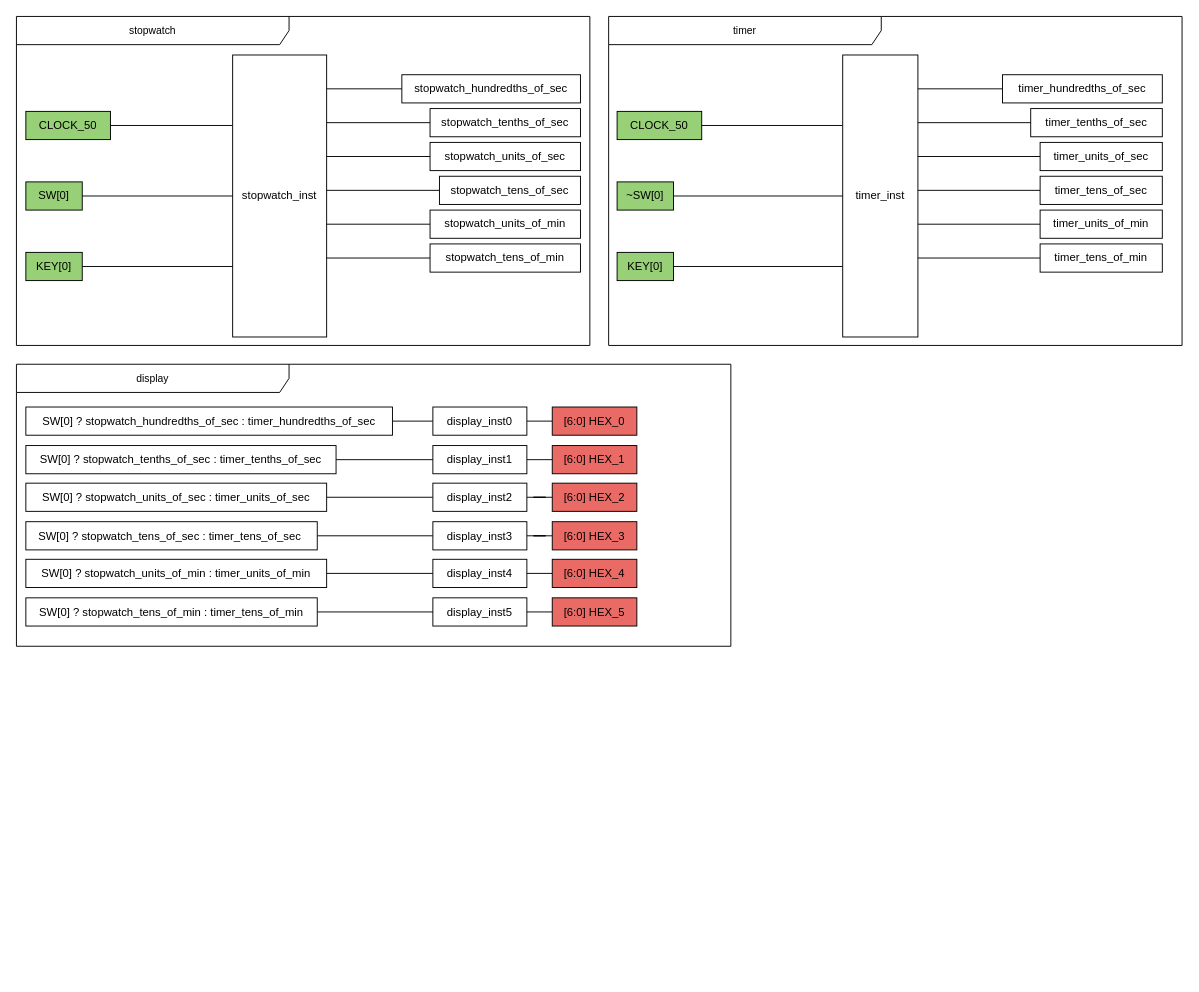
This is page "practica02" (2 of 5) of practica02_cronometro/practica02_design.drawio from carloszlopez/DigitalDesignClass, a draw.io file, before an edit. Source tidied: cells renumbered, new cells numbered last; positions are measured from the earlier drawing's top-left corner, leaving out a move shared by most shapes. Both pictures are drawn from the tidied source at 94%, with x=0, y=0 at pixel (16, 16).
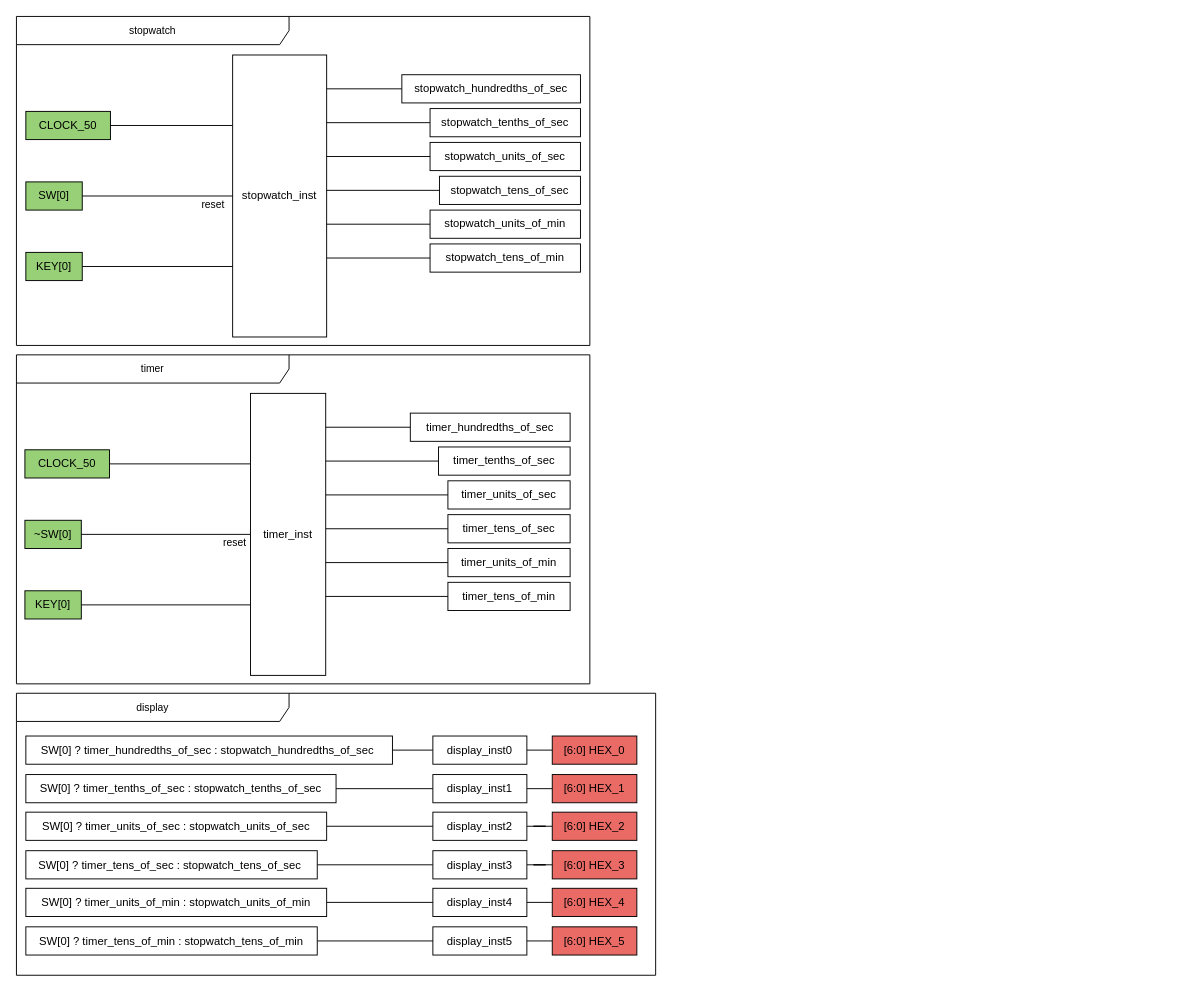
After the change.

The change refers to these unchanged cells:
```xml
<mxCell id="19" style="edgeStyle=orthogonalEdgeStyle;shape=connector;rounded=0;jumpStyle=arc;jettySize=auto;html=1;entryX=0;entryY=0.5;entryDx=0;entryDy=0;entryPerimeter=0;strokeColor=default;align=center;verticalAlign=middle;fontFamily=Helvetica;fontSize=11;fontColor=default;labelBackgroundColor=default;endArrow=none;endFill=0;" parent="1" edge="1" source="18" target="5">
  <mxGeometry relative="1" as="geometry" />
</mxCell>
<mxCell id="68" style="edgeStyle=orthogonalEdgeStyle;shape=connector;rounded=0;jumpStyle=arc;jettySize=auto;html=1;entryX=0;entryY=0.5;entryDx=0;entryDy=0;entryPerimeter=0;strokeColor=default;align=center;verticalAlign=middle;fontFamily=Helvetica;fontSize=11;fontColor=default;labelBackgroundColor=default;endArrow=none;endFill=0;" parent="1" edge="1" source="67" target="54">
  <mxGeometry relative="1" as="geometry" />
</mxCell>
```

Change to the diagram source:
```diff
@@
+    <mxCell id="71" value="reset" style="edgeLabel;html=1;align=center;verticalAlign=middle;fontFamily=Helvetica;fontSize=11;fontColor=default;labelBackgroundColor=default;" parent="19" vertex="1">
+      <mxGeometry x="0.73" y="-2" relative="1" as="geometry">
+        <mxPoint y="6" as="offset" />
+      </mxGeometry>
+    </mxCell>
@@
     <mxCell id="22" value="[6:0] HEX_0" style="rounded=0;whiteSpace=wrap;html=1;fillColor=#EA6B66;" parent="1" vertex="1">
-      <mxGeometry x="570" y="415.5" width="90" height="30" as="geometry" />
+      <mxGeometry x="570" y="765.5" width="90" height="30" as="geometry" />
     </mxCell>
@@
     <mxCell id="24" value="[6:0] HEX_2" style="rounded=0;whiteSpace=wrap;html=1;fillColor=#EA6B66;" parent="1" vertex="1">
-      <mxGeometry x="570" y="496.5" width="90" height="30" as="geometry" />
+      <mxGeometry x="570" y="846.5" width="90" height="30" as="geometry" />
     </mxCell>
     <mxCell id="25" value="[6:0] HEX_3" style="rounded=0;whiteSpace=wrap;html=1;fillColor=#EA6B66;" parent="1" vertex="1">
-      <mxGeometry x="570" y="537.5" width="90" height="30" as="geometry" />
+      <mxGeometry x="570" y="887.5" width="90" height="30" as="geometry" />
     </mxCell>
     <mxCell id="26" value="[6:0] HEX_4" style="rounded=0;whiteSpace=wrap;html=1;fillColor=#EA6B66;" parent="1" vertex="1">
-      <mxGeometry x="570" y="577.5" width="90" height="30" as="geometry" />
+      <mxGeometry x="570" y="927.5" width="90" height="30" as="geometry" />
     </mxCell>
     <mxCell id="27" value="[6:0] HEX_5" style="rounded=0;whiteSpace=wrap;html=1;fillColor=#EA6B66;" parent="1" vertex="1">
-      <mxGeometry x="570" y="618.5" width="90" height="30" as="geometry" />
+      <mxGeometry x="570" y="968.5" width="90" height="30" as="geometry" />
     </mxCell>
@@
     <mxCell id="32" value="[6:0] HEX_1" style="rounded=0;whiteSpace=wrap;html=1;fillColor=#EA6B66;" parent="1" vertex="1">
-      <mxGeometry x="570" y="456.5" width="90" height="30" as="geometry" />
+      <mxGeometry x="570" y="806.5" width="90" height="30" as="geometry" />
     </mxCell>
@@
     <mxCell id="34" value="display" style="shape=umlFrame;whiteSpace=wrap;html=1;fontFamily=Helvetica;fontSize=11;fontColor=default;labelBackgroundColor=default;width=290;height=30;" parent="1" vertex="1">
-      <mxGeometry y="370" width="760" height="300" as="geometry" />
+      <mxGeometry y="720" width="680" height="300" as="geometry" />
     </mxCell>
@@
     <mxCell id="36" value="display_inst0" style="rounded=0;whiteSpace=wrap;html=1;" parent="1" vertex="1">
-      <mxGeometry x="443" y="415.5" width="100" height="30" as="geometry" />
+      <mxGeometry x="443" y="765.5" width="100" height="30" as="geometry" />
     </mxCell>
     <mxCell id="37" value="display_inst1" style="rounded=0;whiteSpace=wrap;html=1;" parent="1" vertex="1">
-      <mxGeometry x="443" y="456.5" width="100" height="30" as="geometry" />
+      <mxGeometry x="443" y="806.5" width="100" height="30" as="geometry" />
     </mxCell>
@@
     <mxCell id="39" value="display_inst2" style="rounded=0;whiteSpace=wrap;html=1;" parent="1" vertex="1">
-      <mxGeometry x="443" y="496.5" width="100" height="30" as="geometry" />
+      <mxGeometry x="443" y="846.5" width="100" height="30" as="geometry" />
     </mxCell>
@@
     <mxCell id="41" value="display_inst3" style="rounded=0;whiteSpace=wrap;html=1;" parent="1" vertex="1">
-      <mxGeometry x="443" y="537.5" width="100" height="30" as="geometry" />
+      <mxGeometry x="443" y="887.5" width="100" height="30" as="geometry" />
     </mxCell>
     <mxCell id="42" value="display_inst4" style="rounded=0;whiteSpace=wrap;html=1;" parent="1" vertex="1">
-      <mxGeometry x="443" y="577.5" width="100" height="30" as="geometry" />
+      <mxGeometry x="443" y="927.5" width="100" height="30" as="geometry" />
     </mxCell>
     <mxCell id="43" value="display_inst5" style="rounded=0;whiteSpace=wrap;html=1;" parent="1" vertex="1">
-      <mxGeometry x="443" y="618.5" width="100" height="30" as="geometry" />
+      <mxGeometry x="443" y="968.5" width="100" height="30" as="geometry" />
     </mxCell>
-    <mxCell id="44" value="SW[0] ? stopwatch_hundredths_of_sec :&amp;nbsp;timer_hundredths_of_sec" style="rounded=0;whiteSpace=wrap;html=1;" parent="1" vertex="1">
-      <mxGeometry x="10" y="415.5" width="390" height="30" as="geometry" />
+    <mxCell id="44" value="SW[0] ? timer_hundredths_of_sec :&amp;nbsp;stopwatch_hundredths_of_sec&amp;nbsp;" style="rounded=0;whiteSpace=wrap;html=1;" parent="1" vertex="1">
+      <mxGeometry x="10" y="765.5" width="390" height="30" as="geometry" />
     </mxCell>
@@
-    <mxCell id="46" value="SW[0] ? stopwatch_tenths_of_sec&amp;nbsp;: timer_tenths_of_sec" style="rounded=0;whiteSpace=wrap;html=1;" parent="1" vertex="1">
-      <mxGeometry x="10" y="456.5" width="330" height="30" as="geometry" />
+    <mxCell id="46" value="SW[0] ? timer_tenths_of_sec : stopwatch_tenths_of_sec" style="rounded=0;whiteSpace=wrap;html=1;" parent="1" vertex="1">
+      <mxGeometry x="10" y="806.5" width="330" height="30" as="geometry" />
     </mxCell>
-    <mxCell id="47" value="SW[0] ? stopwatch_units_of_sec : timer_units_of_sec" style="rounded=0;whiteSpace=wrap;html=1;" parent="1" vertex="1">
-      <mxGeometry x="10" y="496.5" width="320" height="30" as="geometry" />
+    <mxCell id="47" value="SW[0] ? timer_units_of_sec : stopwatch_units_of_sec" style="rounded=0;whiteSpace=wrap;html=1;" parent="1" vertex="1">
+      <mxGeometry x="10" y="846.5" width="320" height="30" as="geometry" />
     </mxCell>
-    <mxCell id="48" value="SW[0] ? stopwatch_tens_of_sec : timer_tens_of_sec&amp;nbsp;" style="rounded=0;whiteSpace=wrap;html=1;" parent="1" vertex="1">
-      <mxGeometry x="10" y="537.5" width="310" height="30" as="geometry" />
+    <mxCell id="48" value="SW[0] ?&amp;nbsp;timer_tens_of_sec : stopwatch_tens_of_sec&amp;nbsp;" style="rounded=0;whiteSpace=wrap;html=1;" parent="1" vertex="1">
+      <mxGeometry x="10" y="887.5" width="310" height="30" as="geometry" />
     </mxCell>
-    <mxCell id="49" value="SW[0] ? stopwatch_units_of_min : timer_units_of_min" style="rounded=0;whiteSpace=wrap;html=1;" parent="1" vertex="1">
-      <mxGeometry x="10" y="577.5" width="320" height="30" as="geometry" />
+    <mxCell id="49" value="SW[0] ? timer_units_of_min : stopwatch_units_of_min" style="rounded=0;whiteSpace=wrap;html=1;" parent="1" vertex="1">
+      <mxGeometry x="10" y="927.5" width="320" height="30" as="geometry" />
     </mxCell>
-    <mxCell id="50" value="SW[0] ? stopwatch_tens_of_min : timer_tens_of_min" style="rounded=0;whiteSpace=wrap;html=1;" parent="1" vertex="1">
-      <mxGeometry x="10" y="618.5" width="310" height="30" as="geometry" />
+    <mxCell id="50" value="SW[0] ? timer_tens_of_min : stopwatch_tens_of_min" style="rounded=0;whiteSpace=wrap;html=1;" parent="1" vertex="1">
+      <mxGeometry x="10" y="968.5" width="310" height="30" as="geometry" />
     </mxCell>
     <mxCell id="51" value="timer" style="shape=umlFrame;whiteSpace=wrap;html=1;fontFamily=Helvetica;fontSize=11;fontColor=default;labelBackgroundColor=default;width=290;height=30;" parent="1" vertex="1">
-      <mxGeometry x="630" width="610" height="350" as="geometry" />
+      <mxGeometry y="360" width="610" height="350" as="geometry" />
     </mxCell>
     <mxCell id="52" value="CLOCK_50" style="rounded=0;whiteSpace=wrap;html=1;fillColor=#97D077;" parent="1" vertex="1">
-      <mxGeometry x="639" y="101" width="90" height="30" as="geometry" />
+      <mxGeometry x="9" y="461" width="90" height="30" as="geometry" />
     </mxCell>
@@
     <mxCell id="54" value="timer_inst" style="rounded=0;whiteSpace=wrap;html=1;points=[[0,0,0,0,0],[0,0.25,0,0,0],[0,0.5,0,0,0],[0,0.75,0,0,0],[0,1,0,0,0],[0.25,0,0,0,0],[0.25,1,0,0,0],[0.5,0,0,0,0],[0.5,1,0,0,0],[0.75,0,0,0,0],[0.75,1,0,0,0],[1,0,0,0,0],[1,0.12,0,0,0],[1,0.24,0,0,0],[1,0.36,0,0,0],[1,0.48,0,0,0],[1,0.6,0,0,0],[1,0.72,0,0,0],[1,1,0,0,0]];" parent="1" vertex="1">
-      <mxGeometry x="879" y="41" width="80" height="300" as="geometry" />
+      <mxGeometry x="249" y="401" width="80" height="300" as="geometry" />
     </mxCell>
     <mxCell id="55" value="timer_hundredths_of_sec" style="rounded=0;whiteSpace=wrap;html=1;" parent="1" vertex="1">
-      <mxGeometry x="1049" y="62" width="170" height="30" as="geometry" />
+      <mxGeometry x="419" y="422" width="170" height="30" as="geometry" />
     </mxCell>
     <mxCell id="56" value="timer_units_of_sec" style="rounded=0;whiteSpace=wrap;html=1;" parent="1" vertex="1">
-      <mxGeometry x="1089" y="134" width="130" height="30" as="geometry" />
+      <mxGeometry x="459" y="494" width="130" height="30" as="geometry" />
     </mxCell>
     <mxCell id="57" value="timer_tens_of_sec" style="rounded=0;whiteSpace=wrap;html=1;" parent="1" vertex="1">
-      <mxGeometry x="1089" y="170" width="130" height="30" as="geometry" />
+      <mxGeometry x="459" y="530" width="130" height="30" as="geometry" />
     </mxCell>
     <mxCell id="58" value="timer_units_of_min" style="rounded=0;whiteSpace=wrap;html=1;" parent="1" vertex="1">
-      <mxGeometry x="1089" y="206" width="130" height="30" as="geometry" />
+      <mxGeometry x="459" y="566" width="130" height="30" as="geometry" />
     </mxCell>
     <mxCell id="59" value="timer_tens_of_min" style="rounded=0;whiteSpace=wrap;html=1;" parent="1" vertex="1">
-      <mxGeometry x="1089" y="242" width="130" height="30" as="geometry" />
+      <mxGeometry x="459" y="602" width="130" height="30" as="geometry" />
     </mxCell>
     <mxCell id="60" value="timer_tenths_of_sec" style="rounded=0;whiteSpace=wrap;html=1;" parent="1" vertex="1">
-      <mxGeometry x="1079" y="98" width="140" height="30" as="geometry" />
+      <mxGeometry x="449" y="458" width="140" height="30" as="geometry" />
     </mxCell>
@@
     <mxCell id="67" value="~SW[0]" style="rounded=0;whiteSpace=wrap;html=1;fillColor=#97D077;" parent="1" vertex="1">
-      <mxGeometry x="639" y="176" width="60" height="30" as="geometry" />
+      <mxGeometry x="9" y="536" width="60" height="30" as="geometry" />
     </mxCell>
@@
+    <mxCell id="72" value="reset" style="edgeLabel;html=1;align=center;verticalAlign=middle;fontFamily=Helvetica;fontSize=11;fontColor=default;labelBackgroundColor=default;" parent="68" vertex="1">
+      <mxGeometry x="0.77" y="-4" relative="1" as="geometry">
+        <mxPoint x="3" y="4" as="offset" />
+      </mxGeometry>
+    </mxCell>
     <mxCell id="69" value="KEY[0]" style="rounded=0;whiteSpace=wrap;html=1;fillColor=#97D077;" parent="1" vertex="1">
-      <mxGeometry x="639" y="251" width="60" height="30" as="geometry" />
+      <mxGeometry x="9" y="611" width="60" height="30" as="geometry" />
     </mxCell>
```
